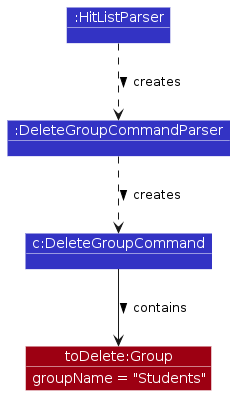
Before: diagrams/delete-group/GroupDeleteParsing.png, a diagram exported from PlantUML (AY2526S2-CS2103T-W11-2/tp). Its source is kept beside it as diagrams/delete-group/GroupDeleteParsing.puml. The source it was exported from:
```plantuml
@startuml group-delete-parsing
!include ../style.puml
skinparam ArrowFontStyle plain

skinparam shadowing false
skinparam ObjectFontColor #FFFFFF
skinparam ObjectAttributeFontColor #FFFFFF
skinparam ObjectBorderColor #FFFFFF

show objects
show members

object ":HitListParser" as HitListParser LOGIC_COLOR
object ":DeleteGroupCommandParser" as DeleteGroupCommandParser LOGIC_COLOR
object "c:DeleteGroupCommand" as DeleteGroupCommand LOGIC_COLOR
object "toDelete:Group" as Group MODEL_COLOR

HitListParser ..> DeleteGroupCommandParser : creates >
DeleteGroupCommandParser ..> DeleteGroupCommand : creates >
DeleteGroupCommand --> Group : contains >

Group : groupName = "Students"
@enduml
```
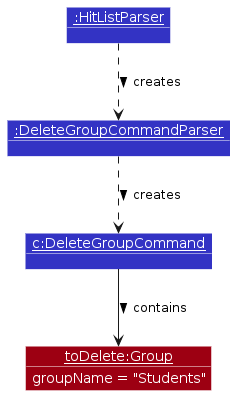
Later version of the same file.

What changed in the source:
```diff
@@ -10,10 +10,10 @@
 show objects
 show members
 
-object ":HitListParser" as HitListParser LOGIC_COLOR
-object ":DeleteGroupCommandParser" as DeleteGroupCommandParser LOGIC_COLOR
-object "c:DeleteGroupCommand" as DeleteGroupCommand LOGIC_COLOR
-object "toDelete:Group" as Group MODEL_COLOR
+object "<u>:HitListParser</u>" as HitListParser LOGIC_COLOR
+object "<u>:DeleteGroupCommandParser</u>" as DeleteGroupCommandParser LOGIC_COLOR
+object "<u>c:DeleteGroupCommand</u>" as DeleteGroupCommand LOGIC_COLOR
+object "<u>toDelete:Group</u>" as Group MODEL_COLOR
 
 HitListParser ..> DeleteGroupCommandParser : creates >
 DeleteGroupCommandParser ..> DeleteGroupCommand : creates >
```
